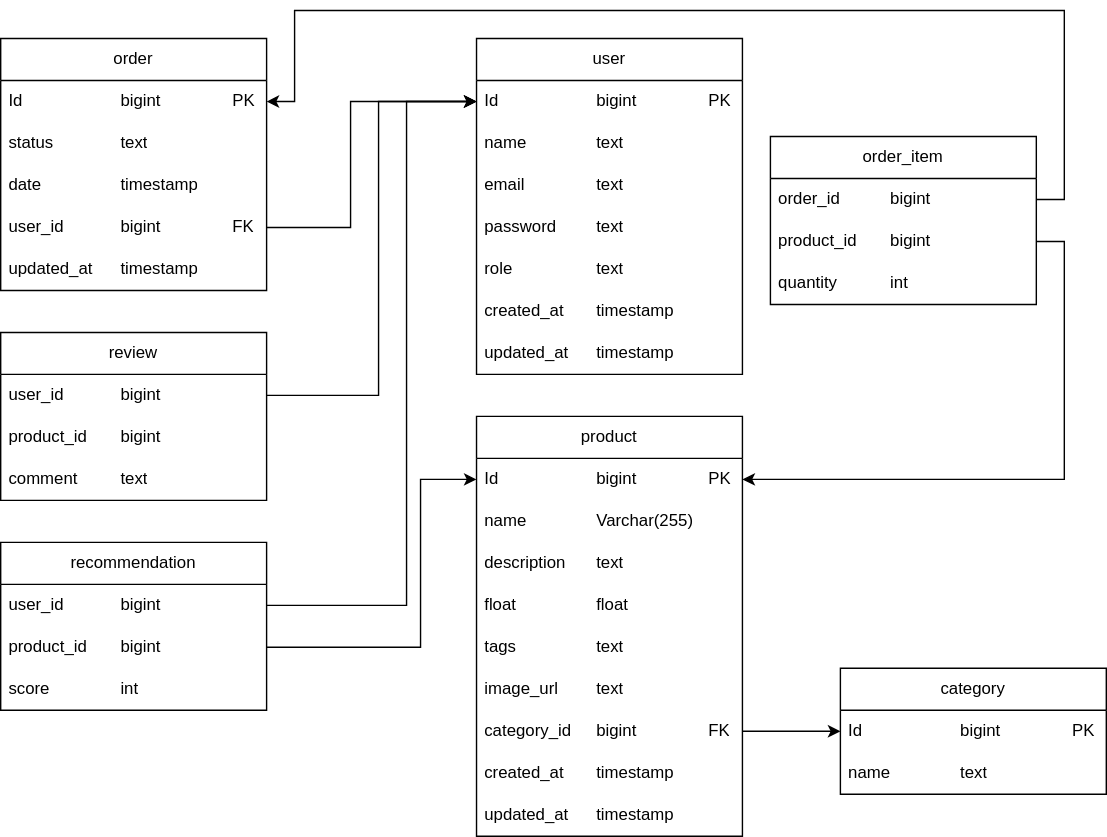
Before: Smart Cart Entity Relational Database.drawio.svg, a diagram exported from draw.io (dustiny5/smart-cart). Source tidied: cells renumbered, new cells last; positions are measured from the earlier drawing's top-left corner, leaving out a move shared by most shapes. Source of this version:
```xml
<mxGraphModel>
  <root>
    <mxCell id="0" />
    <mxCell id="1" parent="0" />
    <mxCell id="2" value="user" style="swimlane;fontStyle=0;horizontal=1;startSize=30;whiteSpace=wrap;html=1;" parent="1" vertex="1">
      <mxGeometry x="340" y="20" width="190" height="240" as="geometry" />
    </mxCell>
    <mxCell id="3" value="Id&lt;span style=&quot;white-space: pre;&quot;&gt;&#9;&lt;span style=&quot;white-space: pre;&quot;&gt;&#9;&lt;/span&gt;&lt;span style=&quot;white-space: pre;&quot;&gt;&#9;&lt;/span&gt;&lt;/span&gt;bigint&lt;span style=&quot;white-space: pre;&quot;&gt;&#9;&lt;/span&gt;&lt;span style=&quot;white-space: pre;&quot;&gt;&#9;&lt;/span&gt;PK" style="text;strokeColor=none;fillColor=none;align=left;verticalAlign=middle;spacingLeft=4;spacingRight=4;overflow=hidden;points=[[0,0.5],[1,0.5]];portConstraint=eastwest;whiteSpace=wrap;html=1;" parent="2" vertex="1">
      <mxGeometry y="30" width="190" height="30" as="geometry" />
    </mxCell>
    <mxCell id="4" value="name&lt;span style=&quot;white-space: pre;&quot;&gt;&#9;&lt;span style=&quot;white-space: pre;&quot;&gt;&#9;&lt;/span&gt;&lt;/span&gt;text" style="text;strokeColor=none;fillColor=none;align=left;verticalAlign=middle;spacingLeft=4;spacingRight=4;overflow=hidden;whiteSpace=wrap;html=1;" parent="2" vertex="1">
      <mxGeometry y="60" width="190" height="30" as="geometry" />
    </mxCell>
    <mxCell id="5" value="email&lt;span style=&quot;white-space: pre;&quot;&gt;&#9;&lt;/span&gt;&lt;span style=&quot;white-space: pre;&quot;&gt;&#9;&lt;/span&gt;text" style="text;strokeColor=none;fillColor=none;align=left;verticalAlign=middle;spacingLeft=4;spacingRight=4;overflow=hidden;whiteSpace=wrap;html=1;" parent="2" vertex="1">
      <mxGeometry y="90" width="190" height="30" as="geometry" />
    </mxCell>
    <mxCell id="6" value="password&lt;span style=&quot;white-space: pre;&quot;&gt;&#9;&lt;/span&gt;&lt;span style=&quot;white-space: pre;&quot;&gt;&#9;&lt;/span&gt;text" style="text;strokeColor=none;fillColor=none;align=left;verticalAlign=middle;spacingLeft=4;spacingRight=4;overflow=hidden;whiteSpace=wrap;html=1;" parent="2" vertex="1">
      <mxGeometry y="120" width="190" height="30" as="geometry" />
    </mxCell>
    <mxCell id="7" value="role&lt;span style=&quot;white-space: pre;&quot;&gt;&#9;&lt;/span&gt;&lt;span style=&quot;white-space: pre;&quot;&gt;&#9;&lt;/span&gt;&lt;span style=&quot;white-space: pre;&quot;&gt;&#9;&lt;/span&gt;text" style="text;strokeColor=none;fillColor=none;align=left;verticalAlign=middle;spacingLeft=4;spacingRight=4;overflow=hidden;whiteSpace=wrap;html=1;" parent="2" vertex="1">
      <mxGeometry y="150" width="190" height="30" as="geometry" />
    </mxCell>
    <mxCell id="8" value="created_at&lt;span style=&quot;white-space: pre;&quot;&gt;&#9;&lt;/span&gt;timestamp" style="text;strokeColor=none;fillColor=none;align=left;verticalAlign=middle;spacingLeft=4;spacingRight=4;overflow=hidden;whiteSpace=wrap;html=1;" parent="2" vertex="1">
      <mxGeometry y="180" width="190" height="30" as="geometry" />
    </mxCell>
    <mxCell id="9" value="updated_at&lt;span style=&quot;white-space: pre;&quot;&gt;&#9;&lt;/span&gt;timestamp" style="text;strokeColor=none;fillColor=none;align=left;verticalAlign=middle;spacingLeft=4;spacingRight=4;overflow=hidden;whiteSpace=wrap;html=1;" parent="2" vertex="1">
      <mxGeometry y="210" width="190" height="30" as="geometry" />
    </mxCell>
    <mxCell id="10" value="product" style="swimlane;fontStyle=0;horizontal=1;startSize=30;whiteSpace=wrap;html=1;" parent="1" vertex="1">
      <mxGeometry x="340" y="290" width="190" height="300" as="geometry" />
    </mxCell>
    <mxCell id="11" value="Id&lt;span style=&quot;white-space: pre;&quot;&gt;&#9;&lt;span style=&quot;white-space: pre;&quot;&gt;&#9;&lt;/span&gt;&lt;span style=&quot;white-space: pre;&quot;&gt;&#9;&lt;/span&gt;&lt;/span&gt;bigint&lt;span style=&quot;white-space: pre;&quot;&gt;&#9;&lt;/span&gt;&lt;span style=&quot;white-space: pre;&quot;&gt;&#9;&lt;/span&gt;PK" style="text;strokeColor=none;fillColor=none;align=left;verticalAlign=middle;spacingLeft=4;spacingRight=4;overflow=hidden;points=[[0,0.5],[1,0.5]];portConstraint=eastwest;whiteSpace=wrap;html=1;" parent="10" vertex="1">
      <mxGeometry y="30" width="190" height="30" as="geometry" />
    </mxCell>
    <mxCell id="12" value="name&lt;span style=&quot;white-space: pre;&quot;&gt;&#9;&lt;span style=&quot;white-space: pre;&quot;&gt;&#9;&lt;/span&gt;&lt;/span&gt;Varchar(255)" style="text;strokeColor=none;fillColor=none;align=left;verticalAlign=middle;spacingLeft=4;spacingRight=4;overflow=hidden;whiteSpace=wrap;html=1;" parent="10" vertex="1">
      <mxGeometry y="60" width="190" height="30" as="geometry" />
    </mxCell>
    <mxCell id="13" value="description&lt;span style=&quot;white-space: pre;&quot;&gt;&#9;&lt;/span&gt;text" style="text;strokeColor=none;fillColor=none;align=left;verticalAlign=middle;spacingLeft=4;spacingRight=4;overflow=hidden;whiteSpace=wrap;html=1;" parent="10" vertex="1">
      <mxGeometry y="90" width="190" height="30" as="geometry" />
    </mxCell>
    <mxCell id="14" value="float&lt;span style=&quot;white-space: pre;&quot;&gt;&#9;&lt;/span&gt;&lt;span style=&quot;white-space: pre;&quot;&gt;&#9;&lt;span style=&quot;white-space: pre;&quot;&gt;&#9;&lt;/span&gt;&lt;/span&gt;float" style="text;strokeColor=none;fillColor=none;align=left;verticalAlign=middle;spacingLeft=4;spacingRight=4;overflow=hidden;whiteSpace=wrap;html=1;" parent="10" vertex="1">
      <mxGeometry y="120" width="190" height="30" as="geometry" />
    </mxCell>
    <mxCell id="15" value="tags&lt;span style=&quot;white-space: pre;&quot;&gt;&#9;&lt;/span&gt;&lt;span style=&quot;white-space: pre;&quot;&gt;&#9;&lt;/span&gt;&lt;span style=&quot;white-space: pre;&quot;&gt;&#9;&lt;/span&gt;text" style="text;strokeColor=none;fillColor=none;align=left;verticalAlign=middle;spacingLeft=4;spacingRight=4;overflow=hidden;whiteSpace=wrap;html=1;" parent="10" vertex="1">
      <mxGeometry y="150" width="190" height="30" as="geometry" />
    </mxCell>
    <mxCell id="16" value="image_url&lt;span style=&quot;white-space: pre;&quot;&gt;&#9;&lt;/span&gt;text" style="text;strokeColor=none;fillColor=none;align=left;verticalAlign=middle;spacingLeft=4;spacingRight=4;overflow=hidden;whiteSpace=wrap;html=1;" parent="10" vertex="1">
      <mxGeometry y="180" width="190" height="30" as="geometry" />
    </mxCell>
    <mxCell id="17" value="category_id&lt;span style=&quot;white-space: pre;&quot;&gt;&#9;&lt;/span&gt;bigint&lt;span style=&quot;white-space: pre;&quot;&gt;&#9;&lt;/span&gt;&lt;span style=&quot;white-space: pre;&quot;&gt;&#9;&lt;/span&gt;FK" style="text;strokeColor=none;fillColor=none;align=left;verticalAlign=middle;spacingLeft=4;spacingRight=4;overflow=hidden;points=[[0,0.5],[1,0.5]];portConstraint=eastwest;whiteSpace=wrap;html=1;" parent="10" vertex="1">
      <mxGeometry y="210" width="190" height="30" as="geometry" />
    </mxCell>
    <mxCell id="18" value="created_at&lt;span style=&quot;white-space: pre;&quot;&gt;&#9;&lt;/span&gt;timestamp" style="text;strokeColor=none;fillColor=none;align=left;verticalAlign=middle;spacingLeft=4;spacingRight=4;overflow=hidden;whiteSpace=wrap;html=1;" parent="10" vertex="1">
      <mxGeometry y="240" width="190" height="30" as="geometry" />
    </mxCell>
    <mxCell id="19" value="updated_at&lt;span style=&quot;white-space: pre;&quot;&gt;&#9;&lt;/span&gt;timestamp" style="text;strokeColor=none;fillColor=none;align=left;verticalAlign=middle;spacingLeft=4;spacingRight=4;overflow=hidden;whiteSpace=wrap;html=1;" parent="10" vertex="1">
      <mxGeometry y="270" width="190" height="30" as="geometry" />
    </mxCell>
    <mxCell id="20" value="category" style="swimlane;fontStyle=0;horizontal=1;startSize=30;whiteSpace=wrap;html=1;" parent="1" vertex="1">
      <mxGeometry x="600" y="470" width="190" height="90" as="geometry" />
    </mxCell>
    <mxCell id="21" value="Id&lt;span style=&quot;white-space: pre;&quot;&gt;&#9;&lt;span style=&quot;white-space: pre;&quot;&gt;&#9;&lt;/span&gt;&lt;span style=&quot;white-space: pre;&quot;&gt;&#9;&lt;/span&gt;&lt;/span&gt;bigint&lt;span style=&quot;white-space: pre;&quot;&gt;&#9;&lt;/span&gt;&lt;span style=&quot;white-space: pre;&quot;&gt;&#9;&lt;/span&gt;PK" style="text;strokeColor=none;fillColor=none;align=left;verticalAlign=middle;spacingLeft=4;spacingRight=4;overflow=hidden;points=[[0,0.5],[1,0.5]];portConstraint=eastwest;whiteSpace=wrap;html=1;" parent="20" vertex="1">
      <mxGeometry y="30" width="190" height="30" as="geometry" />
    </mxCell>
    <mxCell id="22" value="name&lt;span style=&quot;white-space: pre;&quot;&gt;&#9;&lt;span style=&quot;white-space: pre;&quot;&gt;&#9;&lt;/span&gt;&lt;/span&gt;text" style="text;strokeColor=none;fillColor=none;align=left;verticalAlign=middle;spacingLeft=4;spacingRight=4;overflow=hidden;whiteSpace=wrap;html=1;" parent="20" vertex="1">
      <mxGeometry y="60" width="190" height="30" as="geometry" />
    </mxCell>
    <mxCell id="23" value="order" style="swimlane;fontStyle=0;horizontal=1;startSize=30;whiteSpace=wrap;html=1;" parent="1" vertex="1">
      <mxGeometry y="20" width="190" height="180" as="geometry" />
    </mxCell>
    <mxCell id="24" value="Id&lt;span style=&quot;white-space: pre;&quot;&gt;&#9;&lt;span style=&quot;white-space: pre;&quot;&gt;&#9;&lt;/span&gt;&lt;span style=&quot;white-space: pre;&quot;&gt;&#9;&lt;/span&gt;&lt;/span&gt;bigint&lt;span style=&quot;white-space: pre;&quot;&gt;&#9;&lt;/span&gt;&lt;span style=&quot;white-space: pre;&quot;&gt;&#9;&lt;/span&gt;PK" style="text;strokeColor=none;fillColor=none;align=left;verticalAlign=middle;spacingLeft=4;spacingRight=4;overflow=hidden;points=[[0,0.5],[1,0.5]];portConstraint=eastwest;whiteSpace=wrap;html=1;" parent="23" vertex="1">
      <mxGeometry y="30" width="190" height="30" as="geometry" />
    </mxCell>
    <mxCell id="25" value="status&lt;span style=&quot;white-space: pre;&quot;&gt;&#9;&lt;span style=&quot;white-space: pre;&quot;&gt;&#9;&lt;/span&gt;&lt;/span&gt;text" style="text;strokeColor=none;fillColor=none;align=left;verticalAlign=middle;spacingLeft=4;spacingRight=4;overflow=hidden;whiteSpace=wrap;html=1;" parent="23" vertex="1">
      <mxGeometry y="60" width="190" height="30" as="geometry" />
    </mxCell>
    <mxCell id="26" value="date&lt;span style=&quot;white-space: pre;&quot;&gt;&#9;&lt;/span&gt;&lt;span style=&quot;white-space: pre;&quot;&gt;&#9;&lt;/span&gt;&lt;span style=&quot;white-space: pre;&quot;&gt;&#9;&lt;/span&gt;timestamp" style="text;strokeColor=none;fillColor=none;align=left;verticalAlign=middle;spacingLeft=4;spacingRight=4;overflow=hidden;whiteSpace=wrap;html=1;" parent="23" vertex="1">
      <mxGeometry y="90" width="190" height="30" as="geometry" />
    </mxCell>
    <mxCell id="27" value="user_id&lt;span style=&quot;white-space: pre;&quot;&gt;&#9;&lt;/span&gt;&lt;span style=&quot;white-space: pre;&quot;&gt;&#9;&lt;/span&gt;bigint&lt;span style=&quot;white-space: pre;&quot;&gt;&#9;&lt;/span&gt;&lt;span style=&quot;white-space: pre;&quot;&gt;&#9;&lt;/span&gt;FK" style="text;strokeColor=none;fillColor=none;align=left;verticalAlign=middle;spacingLeft=4;spacingRight=4;overflow=hidden;points=[[0,0.5],[1,0.5]];portConstraint=eastwest;whiteSpace=wrap;html=1;" parent="23" vertex="1">
      <mxGeometry y="120" width="190" height="30" as="geometry" />
    </mxCell>
    <mxCell id="28" value="updated_at&lt;span style=&quot;white-space: pre;&quot;&gt;&#9;&lt;/span&gt;timestamp" style="text;strokeColor=none;fillColor=none;align=left;verticalAlign=middle;spacingLeft=4;spacingRight=4;overflow=hidden;whiteSpace=wrap;html=1;" parent="23" vertex="1">
      <mxGeometry y="150" width="190" height="30" as="geometry" />
    </mxCell>
    <mxCell id="29" value="order_item" style="swimlane;fontStyle=0;horizontal=1;startSize=30;whiteSpace=wrap;html=1;" parent="1" vertex="1">
      <mxGeometry x="550" y="90" width="190" height="120" as="geometry" />
    </mxCell>
    <mxCell id="30" value="order_id&lt;span style=&quot;white-space: pre;&quot;&gt;&#9;&lt;span style=&quot;white-space: pre;&quot;&gt;&#9;&lt;/span&gt;&lt;/span&gt;bigint" style="text;strokeColor=none;fillColor=none;align=left;verticalAlign=middle;spacingLeft=4;spacingRight=4;overflow=hidden;points=[[0,0.5],[1,0.5]];portConstraint=eastwest;whiteSpace=wrap;html=1;" parent="29" vertex="1">
      <mxGeometry y="30" width="190" height="30" as="geometry" />
    </mxCell>
    <mxCell id="31" value="product_id&lt;span style=&quot;white-space: pre;&quot;&gt;&#9;&lt;/span&gt;bigint" style="text;strokeColor=none;fillColor=none;align=left;verticalAlign=middle;spacingLeft=4;spacingRight=4;overflow=hidden;points=[[0,0.5],[1,0.5]];portConstraint=eastwest;whiteSpace=wrap;html=1;" parent="29" vertex="1">
      <mxGeometry y="60" width="190" height="30" as="geometry" />
    </mxCell>
    <mxCell id="32" value="quantity&lt;span style=&quot;white-space: pre;&quot;&gt;&#9;&lt;/span&gt;&lt;span style=&quot;white-space: pre;&quot;&gt;&#9;&lt;/span&gt;int" style="text;strokeColor=none;fillColor=none;align=left;verticalAlign=middle;spacingLeft=4;spacingRight=4;overflow=hidden;whiteSpace=wrap;html=1;" parent="29" vertex="1">
      <mxGeometry y="90" width="190" height="30" as="geometry" />
    </mxCell>
    <mxCell id="33" value="review" style="swimlane;fontStyle=0;horizontal=1;startSize=30;whiteSpace=wrap;html=1;" parent="1" vertex="1">
      <mxGeometry y="230" width="190" height="120" as="geometry" />
    </mxCell>
    <mxCell id="34" value="user_id&lt;span style=&quot;white-space: pre;&quot;&gt;&#9;&lt;span style=&quot;white-space: pre;&quot;&gt;&#9;&lt;/span&gt;&lt;/span&gt;bigint" style="text;strokeColor=none;fillColor=none;align=left;verticalAlign=middle;spacingLeft=4;spacingRight=4;overflow=hidden;points=[[0,0.5],[1,0.5]];portConstraint=eastwest;whiteSpace=wrap;html=1;" parent="33" vertex="1">
      <mxGeometry y="30" width="190" height="30" as="geometry" />
    </mxCell>
    <mxCell id="35" value="product_id&lt;span style=&quot;white-space: pre;&quot;&gt;&#9;&lt;/span&gt;bigint" style="text;strokeColor=none;fillColor=none;align=left;verticalAlign=middle;spacingLeft=4;spacingRight=4;overflow=hidden;whiteSpace=wrap;html=1;" parent="33" vertex="1">
      <mxGeometry y="60" width="190" height="30" as="geometry" />
    </mxCell>
    <mxCell id="36" value="comment&lt;span style=&quot;white-space: pre;&quot;&gt;&#9;&lt;/span&gt;&lt;span style=&quot;white-space: pre;&quot;&gt;&#9;&lt;/span&gt;text" style="text;strokeColor=none;fillColor=none;align=left;verticalAlign=middle;spacingLeft=4;spacingRight=4;overflow=hidden;whiteSpace=wrap;html=1;" parent="33" vertex="1">
      <mxGeometry y="90" width="190" height="30" as="geometry" />
    </mxCell>
    <mxCell id="37" value="recommendation" style="swimlane;fontStyle=0;horizontal=1;startSize=30;whiteSpace=wrap;html=1;" parent="1" vertex="1">
      <mxGeometry y="380" width="190" height="120" as="geometry" />
    </mxCell>
    <mxCell id="38" value="user_id&lt;span style=&quot;white-space: pre;&quot;&gt;&#9;&lt;span style=&quot;white-space: pre;&quot;&gt;&#9;&lt;/span&gt;&lt;/span&gt;bigint" style="text;strokeColor=none;fillColor=none;align=left;verticalAlign=middle;spacingLeft=4;spacingRight=4;overflow=hidden;points=[[0,0.5],[1,0.5]];portConstraint=eastwest;whiteSpace=wrap;html=1;" parent="37" vertex="1">
      <mxGeometry y="30" width="190" height="30" as="geometry" />
    </mxCell>
    <mxCell id="39" value="product_id&lt;span style=&quot;white-space: pre;&quot;&gt;&#9;&lt;/span&gt;bigint" style="text;strokeColor=none;fillColor=none;align=left;verticalAlign=middle;spacingLeft=4;spacingRight=4;overflow=hidden;points=[[0,0.5],[1,0.5]];portConstraint=eastwest;whiteSpace=wrap;html=1;" parent="37" vertex="1">
      <mxGeometry y="60" width="190" height="30" as="geometry" />
    </mxCell>
    <mxCell id="40" value="score&lt;span style=&quot;white-space: pre;&quot;&gt;&#9;&lt;/span&gt;&lt;span style=&quot;white-space: pre;&quot;&gt;&#9;&lt;/span&gt;int" style="text;strokeColor=none;fillColor=none;align=left;verticalAlign=middle;spacingLeft=4;spacingRight=4;overflow=hidden;whiteSpace=wrap;html=1;" parent="37" vertex="1">
      <mxGeometry y="90" width="190" height="30" as="geometry" />
    </mxCell>
    <mxCell id="41" style="edgeStyle=orthogonalEdgeStyle;rounded=0;jettySize=auto;html=1;exitX=1;exitY=0.5;exitDx=0;exitDy=0;entryX=0;entryY=0.5;entryDx=0;entryDy=0;" parent="1" edge="1" source="17" target="21">
      <mxGeometry relative="1" as="geometry" />
    </mxCell>
    <mxCell id="42" style="edgeStyle=orthogonalEdgeStyle;rounded=0;jettySize=auto;html=1;exitX=1;exitY=0.5;exitDx=0;exitDy=0;entryX=1;entryY=0.5;entryDx=0;entryDy=0;" parent="1" edge="1" source="31" target="11">
      <mxGeometry relative="1" as="geometry" />
    </mxCell>
    <mxCell id="43" style="edgeStyle=orthogonalEdgeStyle;rounded=0;jettySize=auto;html=1;exitX=1;exitY=0.5;exitDx=0;exitDy=0;entryX=1;entryY=0.5;entryDx=0;entryDy=0;" parent="1" edge="1" source="30" target="24">
      <mxGeometry relative="1" as="geometry">
        <Array as="points">
          <mxPoint x="760" y="135" />
          <mxPoint x="760" />
          <mxPoint x="210" />
          <mxPoint x="210" y="65" />
        </Array>
      </mxGeometry>
    </mxCell>
    <mxCell id="44" style="edgeStyle=orthogonalEdgeStyle;rounded=0;jettySize=auto;html=1;exitX=1;exitY=0.5;exitDx=0;exitDy=0;entryX=0;entryY=0.5;entryDx=0;entryDy=0;" parent="1" edge="1" source="27" target="3">
      <mxGeometry relative="1" as="geometry">
        <Array as="points">
          <mxPoint x="250" y="155" />
          <mxPoint x="250" y="65" />
        </Array>
      </mxGeometry>
    </mxCell>
    <mxCell id="45" style="edgeStyle=orthogonalEdgeStyle;rounded=0;jettySize=auto;html=1;exitX=1;exitY=0.5;exitDx=0;exitDy=0;entryX=0;entryY=0.5;entryDx=0;entryDy=0;" parent="1" edge="1" source="34" target="3">
      <mxGeometry relative="1" as="geometry">
        <Array as="points">
          <mxPoint x="270" y="275" />
          <mxPoint x="270" y="65" />
        </Array>
      </mxGeometry>
    </mxCell>
    <mxCell id="46" style="edgeStyle=orthogonalEdgeStyle;rounded=0;jettySize=auto;html=1;exitX=1;exitY=0.5;exitDx=0;exitDy=0;entryX=0;entryY=0.5;entryDx=0;entryDy=0;" parent="1" edge="1" source="38" target="3">
      <mxGeometry relative="1" as="geometry">
        <Array as="points">
          <mxPoint x="290" y="425" />
          <mxPoint x="290" y="65" />
        </Array>
      </mxGeometry>
    </mxCell>
    <mxCell id="47" style="edgeStyle=orthogonalEdgeStyle;rounded=0;jettySize=auto;html=1;exitX=1;exitY=0.5;exitDx=0;exitDy=0;entryX=0;entryY=0.5;entryDx=0;entryDy=0;" parent="1" edge="1" source="39" target="11">
      <mxGeometry relative="1" as="geometry">
        <Array as="points">
          <mxPoint x="300" y="455" />
          <mxPoint x="300" y="335" />
        </Array>
      </mxGeometry>
    </mxCell>
  </root>
</mxGraphModel>
```
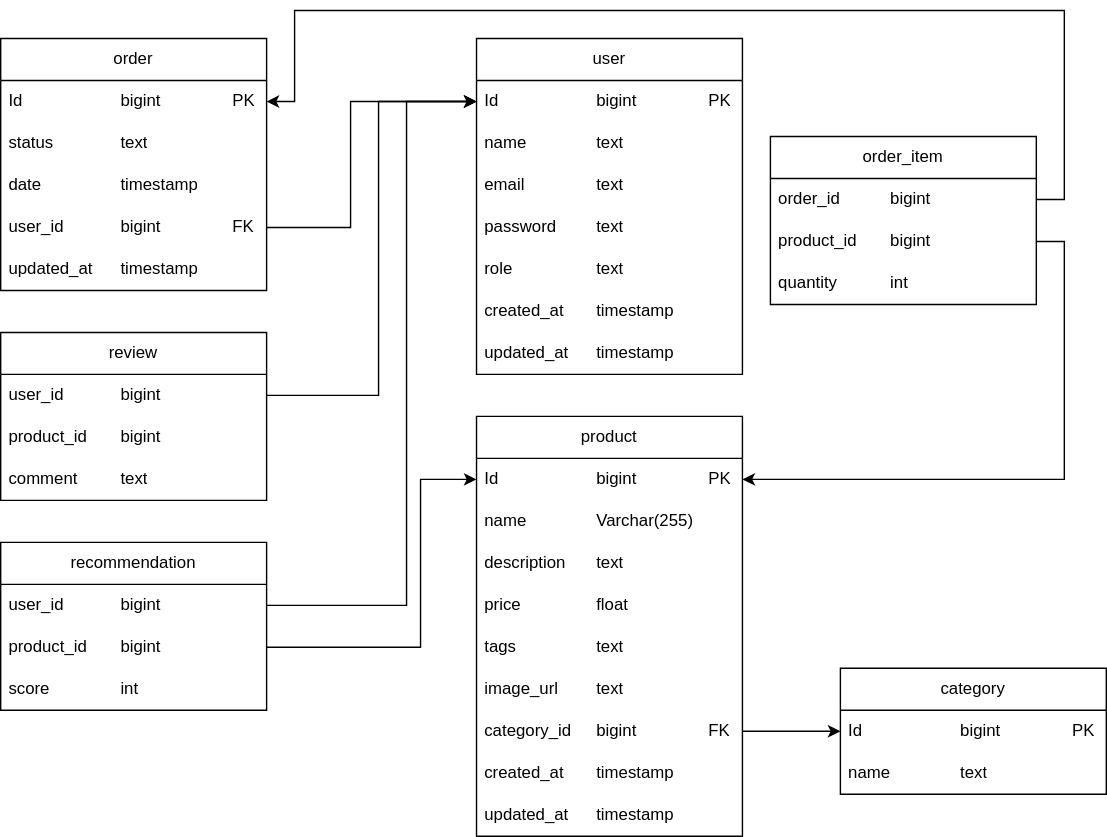
Above is the later version.

Commit message:
feature/10 | Edit product table

incorrect name: change float to price

Diff of the diagram source:
```diff
@@ -38,7 +38,7 @@
     <mxCell id="13" value="description&lt;span style=&quot;white-space: pre;&quot;&gt;&#9;&lt;/span&gt;text" style="text;strokeColor=none;fillColor=none;align=left;verticalAlign=middle;spacingLeft=4;spacingRight=4;overflow=hidden;whiteSpace=wrap;html=1;" parent="10" vertex="1">
       <mxGeometry y="90" width="190" height="30" as="geometry" />
     </mxCell>
-    <mxCell id="14" value="float&lt;span style=&quot;white-space: pre;&quot;&gt;&#9;&lt;/span&gt;&lt;span style=&quot;white-space: pre;&quot;&gt;&#9;&lt;span style=&quot;white-space: pre;&quot;&gt;&#9;&lt;/span&gt;&lt;/span&gt;float" style="text;strokeColor=none;fillColor=none;align=left;verticalAlign=middle;spacingLeft=4;spacingRight=4;overflow=hidden;whiteSpace=wrap;html=1;" parent="10" vertex="1">
+    <mxCell id="14" value="price&lt;span style=&quot;white-space: pre;&quot;&gt;&#9;&lt;/span&gt;&lt;span style=&quot;white-space: pre;&quot;&gt;&#9;&lt;/span&gt;float" style="text;strokeColor=none;fillColor=none;align=left;verticalAlign=middle;spacingLeft=4;spacingRight=4;overflow=hidden;whiteSpace=wrap;html=1;" parent="10" vertex="1">
       <mxGeometry y="120" width="190" height="30" as="geometry" />
     </mxCell>
     <mxCell id="15" value="tags&lt;span style=&quot;white-space: pre;&quot;&gt;&#9;&lt;/span&gt;&lt;span style=&quot;white-space: pre;&quot;&gt;&#9;&lt;/span&gt;&lt;span style=&quot;white-space: pre;&quot;&gt;&#9;&lt;/span&gt;text" style="text;strokeColor=none;fillColor=none;align=left;verticalAlign=middle;spacingLeft=4;spacingRight=4;overflow=hidden;whiteSpace=wrap;html=1;" parent="10" vertex="1">
```
